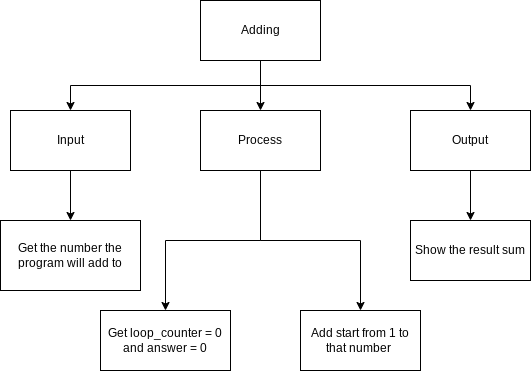
Above: design.add_loop.top-down.png in Yiyun-Qin/ICS3U-Unit4-05-Python (draw.io), before the change. Source tidied: cells renumbered, new cells last; positions are measured from the earlier drawing's top-left corner, leaving out a move shared by most shapes.
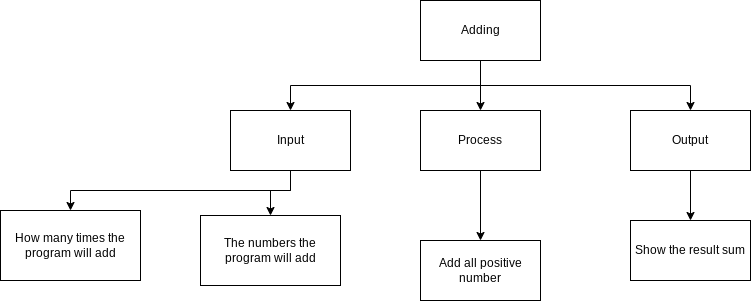
Later version of the same file.

Diff of the diagram source:
```diff
@@ -17,15 +17,20 @@
     <mxCell id="6" style="edgeStyle=orthogonalEdgeStyle;rounded=0;html=1;exitX=0.5;exitY=1;exitDx=0;exitDy=0;entryX=0.5;entryY=0;entryDx=0;entryDy=0;" parent="1" edge="1" source="7" target="13">
       <mxGeometry relative="1" as="geometry" />
     </mxCell>
+    <mxCell id="17" style="edgeStyle=orthogonalEdgeStyle;html=1;exitX=0.5;exitY=1;exitDx=0;exitDy=0;entryX=0.5;entryY=0;entryDx=0;entryDy=0;rounded=0;" parent="1" edge="1" source="7" target="18">
+      <mxGeometry relative="1" as="geometry">
+        <Array as="points">
+          <mxPoint x="70" y="190" />
+          <mxPoint x="50" y="190" />
+        </Array>
+      </mxGeometry>
+    </mxCell>
     <mxCell id="7" value="Input" style="rounded=0;whiteSpace=wrap;html=1;" parent="1" vertex="1">
       <mxGeometry x="10" y="110" width="120" height="60" as="geometry" />
     </mxCell>
     <mxCell id="8" style="edgeStyle=orthogonalEdgeStyle;rounded=0;html=1;exitX=0.5;exitY=1;exitDx=0;exitDy=0;entryX=0.5;entryY=0;entryDx=0;entryDy=0;" parent="1" edge="1" source="10" target="14">
       <mxGeometry relative="1" as="geometry" />
     </mxCell>
-    <mxCell id="9" style="edgeStyle=orthogonalEdgeStyle;html=1;exitX=0.5;exitY=1;exitDx=0;exitDy=0;entryX=0.5;entryY=0;entryDx=0;entryDy=0;rounded=0;" parent="1" edge="1" source="10" target="16">
-      <mxGeometry relative="1" as="geometry" />
-    </mxCell>
     <mxCell id="10" value="Process" style="rounded=0;whiteSpace=wrap;html=1;" parent="1" vertex="1">
       <mxGeometry x="200" y="110" width="120" height="60" as="geometry" />
     </mxCell>
@@ -35,17 +40,17 @@
     <mxCell id="12" value="Output" style="rounded=0;whiteSpace=wrap;html=1;" parent="1" vertex="1">
       <mxGeometry x="410" y="110" width="120" height="60" as="geometry" />
     </mxCell>
-    <mxCell id="13" value="Get the number the program will add to" style="rounded=0;whiteSpace=wrap;html=1;" parent="1" vertex="1">
-      <mxGeometry y="220" width="140" height="70" as="geometry" />
+    <mxCell id="13" value="How many times the program will add" style="rounded=0;whiteSpace=wrap;html=1;" parent="1" vertex="1">
+      <mxGeometry x="-220" y="210" width="140" height="70" as="geometry" />
     </mxCell>
-    <mxCell id="14" value="Add start from 1 to that number&amp;nbsp;" style="rounded=0;whiteSpace=wrap;html=1;" parent="1" vertex="1">
-      <mxGeometry x="300" y="310" width="120" height="60" as="geometry" />
+    <mxCell id="14" value="Add all positive number" style="rounded=0;whiteSpace=wrap;html=1;" parent="1" vertex="1">
+      <mxGeometry x="200" y="240" width="120" height="60" as="geometry" />
     </mxCell>
     <mxCell id="15" value="Show the result sum" style="rounded=0;whiteSpace=wrap;html=1;" parent="1" vertex="1">
       <mxGeometry x="410" y="220" width="120" height="60" as="geometry" />
     </mxCell>
-    <mxCell id="16" value="Get loop_counter = 0 and answer = 0" style="rounded=0;whiteSpace=wrap;html=1;" parent="1" vertex="1">
-      <mxGeometry x="100" y="310" width="130" height="60" as="geometry" />
-    </mxCell>
+    <mxCell id="18" value="The numbers the program will add" style="rounded=0;whiteSpace=wrap;html=1;" parent="1" vertex="1">
+      <mxGeometry x="-20" y="215" width="140" height="70" as="geometry" />
+    </mxCell>
   </root>
 </mxGraphModel>
```
